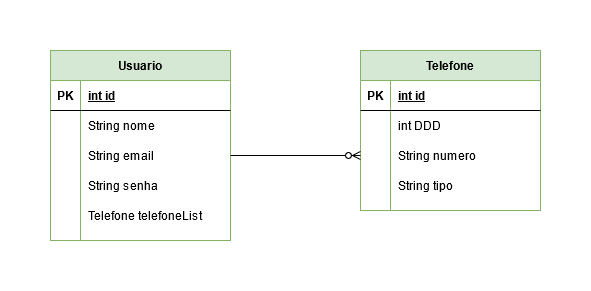
This is Extras/Modelagem.png from ilanmargolis/DesafioSefaz, a draw.io export, as it was before one commit. Source tidied: cells renumbered, new cells last; positions are measured from the earlier drawing's top-left corner, leaving out a move shared by most shapes.
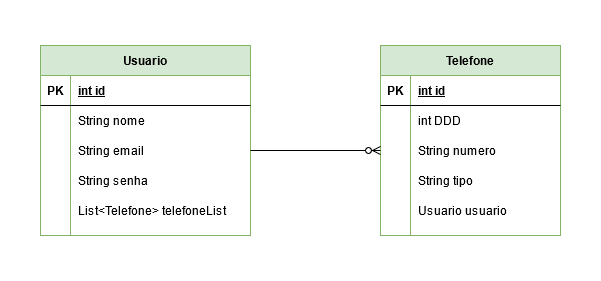
The same diagram one commit later.

Change to the diagram source:
```diff
@@ -3,58 +3,58 @@
     <mxCell id="0" />
     <mxCell id="1" parent="0" />
     <mxCell id="2" style="rounded=0;whiteSpace=wrap;html=1;strokeColor=#FFFFFF;" parent="1" vertex="1">
-      <mxGeometry width="590" height="290" as="geometry" />
+      <mxGeometry x="-20" y="10" width="600" height="280" as="geometry" />
     </mxCell>
     <mxCell id="3" value="Usuario" style="shape=table;startSize=30;rowLines=0;fontStyle=1;align=center;fillColor=#d5e8d4;strokeColor=#82b366;" parent="1" vertex="1">
-      <mxGeometry x="50" y="50" width="180" height="190" as="geometry" />
+      <mxGeometry x="20" y="55" width="210" height="190" as="geometry" />
     </mxCell>
     <mxCell id="4" style="shape=partialRectangle;fillColor=none;top=0;left=0;bottom=1;right=0;" parent="3" vertex="1">
-      <mxGeometry y="30" width="180" height="30" as="geometry" />
+      <mxGeometry y="30" width="210" height="30" as="geometry" />
     </mxCell>
     <mxCell id="5" value="PK" style="shape=partialRectangle;fillColor=none;top=0;left=0;bottom=0;right=0;fontStyle=1;overflow=hidden;" parent="4" vertex="1">
       <mxGeometry width="30" height="30" as="geometry" />
     </mxCell>
     <mxCell id="6" value="int id" style="shape=partialRectangle;fillColor=none;top=0;left=0;bottom=0;right=0;align=left;spacingLeft=6;fontStyle=5;overflow=hidden;" parent="4" vertex="1">
-      <mxGeometry x="30" width="150" height="30" as="geometry" />
+      <mxGeometry x="30" width="180" height="30" as="geometry" />
     </mxCell>
     <mxCell id="7" style="shape=partialRectangle;fillColor=none;top=0;left=0;bottom=0;right=0;" parent="3" vertex="1">
-      <mxGeometry y="60" width="180" height="30" as="geometry" />
+      <mxGeometry y="60" width="210" height="30" as="geometry" />
     </mxCell>
     <mxCell id="8" style="shape=partialRectangle;fillColor=none;top=0;left=0;bottom=0;right=0;overflow=hidden;" parent="7" vertex="1">
       <mxGeometry width="30" height="30" as="geometry" />
     </mxCell>
     <mxCell id="9" value="String nome" style="shape=partialRectangle;fillColor=none;top=0;left=0;bottom=0;right=0;align=left;spacingLeft=6;overflow=hidden;" parent="7" vertex="1">
-      <mxGeometry x="30" width="150" height="30" as="geometry" />
+      <mxGeometry x="30" width="180" height="30" as="geometry" />
     </mxCell>
     <mxCell id="10" style="shape=partialRectangle;fillColor=none;top=0;left=0;bottom=0;right=0;points=[[0,0.5],[1,0.5]];portConstraint=eastwest;" parent="3" vertex="1">
-      <mxGeometry y="90" width="180" height="30" as="geometry" />
+      <mxGeometry y="90" width="210" height="30" as="geometry" />
     </mxCell>
     <mxCell id="11" style="shape=partialRectangle;fillColor=none;top=0;left=0;bottom=0;right=0;overflow=hidden;" parent="10" vertex="1">
       <mxGeometry width="30" height="30" as="geometry" />
     </mxCell>
     <mxCell id="12" value="String email" style="shape=partialRectangle;fillColor=none;top=0;left=0;bottom=0;right=0;align=left;spacingLeft=6;overflow=hidden;" parent="10" vertex="1">
-      <mxGeometry x="30" width="150" height="30" as="geometry" />
+      <mxGeometry x="30" width="180" height="30" as="geometry" />
     </mxCell>
     <mxCell id="13" style="shape=partialRectangle;fillColor=none;top=0;left=0;bottom=0;right=0;" parent="3" vertex="1">
-      <mxGeometry y="120" width="180" height="30" as="geometry" />
+      <mxGeometry y="120" width="210" height="30" as="geometry" />
     </mxCell>
     <mxCell id="14" style="shape=partialRectangle;fillColor=none;top=0;left=0;bottom=0;right=0;overflow=hidden;" parent="13" vertex="1">
       <mxGeometry width="30" height="30" as="geometry" />
     </mxCell>
     <mxCell id="15" value="String senha" style="shape=partialRectangle;fillColor=none;top=0;left=0;bottom=0;right=0;align=left;spacingLeft=6;overflow=hidden;" parent="13" vertex="1">
-      <mxGeometry x="30" width="150" height="30" as="geometry" />
+      <mxGeometry x="30" width="180" height="30" as="geometry" />
     </mxCell>
     <mxCell id="16" style="shape=partialRectangle;fillColor=none;top=0;left=0;bottom=0;right=0;" parent="3" vertex="1">
-      <mxGeometry y="150" width="180" height="30" as="geometry" />
+      <mxGeometry y="150" width="210" height="30" as="geometry" />
     </mxCell>
     <mxCell id="17" style="shape=partialRectangle;fillColor=none;top=0;left=0;bottom=0;right=0;overflow=hidden;" parent="16" vertex="1">
       <mxGeometry width="30" height="30" as="geometry" />
     </mxCell>
-    <mxCell id="18" value="Telefone telefoneList" style="shape=partialRectangle;fillColor=none;top=0;left=0;bottom=0;right=0;align=left;spacingLeft=6;overflow=hidden;" parent="16" vertex="1">
-      <mxGeometry x="30" width="150" height="30" as="geometry" />
+    <mxCell id="18" value="List&lt;Telefone&gt; telefoneList" style="shape=partialRectangle;fillColor=none;top=0;left=0;bottom=0;right=0;align=left;spacingLeft=6;overflow=hidden;" parent="16" vertex="1">
+      <mxGeometry x="30" width="180" height="30" as="geometry" />
     </mxCell>
     <mxCell id="19" value="Telefone" style="shape=table;startSize=30;rowLines=0;fontStyle=1;align=center;fillColor=#d5e8d4;strokeColor=#82b366;" parent="1" vertex="1">
-      <mxGeometry x="360" y="50" width="180" height="160" as="geometry" />
+      <mxGeometry x="360" y="55" width="180" height="190" as="geometry" />
     </mxCell>
     <mxCell id="20" style="shape=partialRectangle;fillColor=none;top=0;left=0;bottom=1;right=0;" parent="19" vertex="1">
       <mxGeometry y="30" width="180" height="30" as="geometry" />
@@ -92,8 +92,17 @@
     <mxCell id="31" value="String tipo" style="shape=partialRectangle;fillColor=none;top=0;left=0;bottom=0;right=0;align=left;spacingLeft=6;overflow=hidden;" parent="29" vertex="1">
       <mxGeometry x="30" width="150" height="30" as="geometry" />
     </mxCell>
-    <mxCell id="32" style="fontSize=12;html=1;endArrow=ERzeroToMany;endFill=1;exitX=1;exitY=0.5;exitDx=0;exitDy=0;" parent="1" edge="1" source="10" target="26">
-      <mxGeometry relative="1" as="geometry" />
+    <mxCell id="32" style="shape=partialRectangle;fillColor=none;top=0;left=0;bottom=0;right=0;" parent="19" vertex="1">
+      <mxGeometry y="150" width="180" height="30" as="geometry" />
     </mxCell>
+    <mxCell id="33" style="shape=partialRectangle;fillColor=none;top=0;left=0;bottom=0;right=0;overflow=hidden;" parent="32" vertex="1">
+      <mxGeometry width="30" height="30" as="geometry" />
+    </mxCell>
+    <mxCell id="34" value="Usuario usuario" style="shape=partialRectangle;fillColor=none;top=0;left=0;bottom=0;right=0;align=left;spacingLeft=6;overflow=hidden;" parent="32" vertex="1">
+      <mxGeometry x="30" width="150" height="30" as="geometry" />
+    </mxCell>
+    <mxCell id="35" style="fontSize=12;html=1;endArrow=ERzeroToMany;endFill=1;exitX=1;exitY=0.5;exitDx=0;exitDy=0;" parent="1" edge="1" source="10" target="26">
+      <mxGeometry relative="1" as="geometry" />
+    </mxCell>
   </root>
 </mxGraphModel>
```
